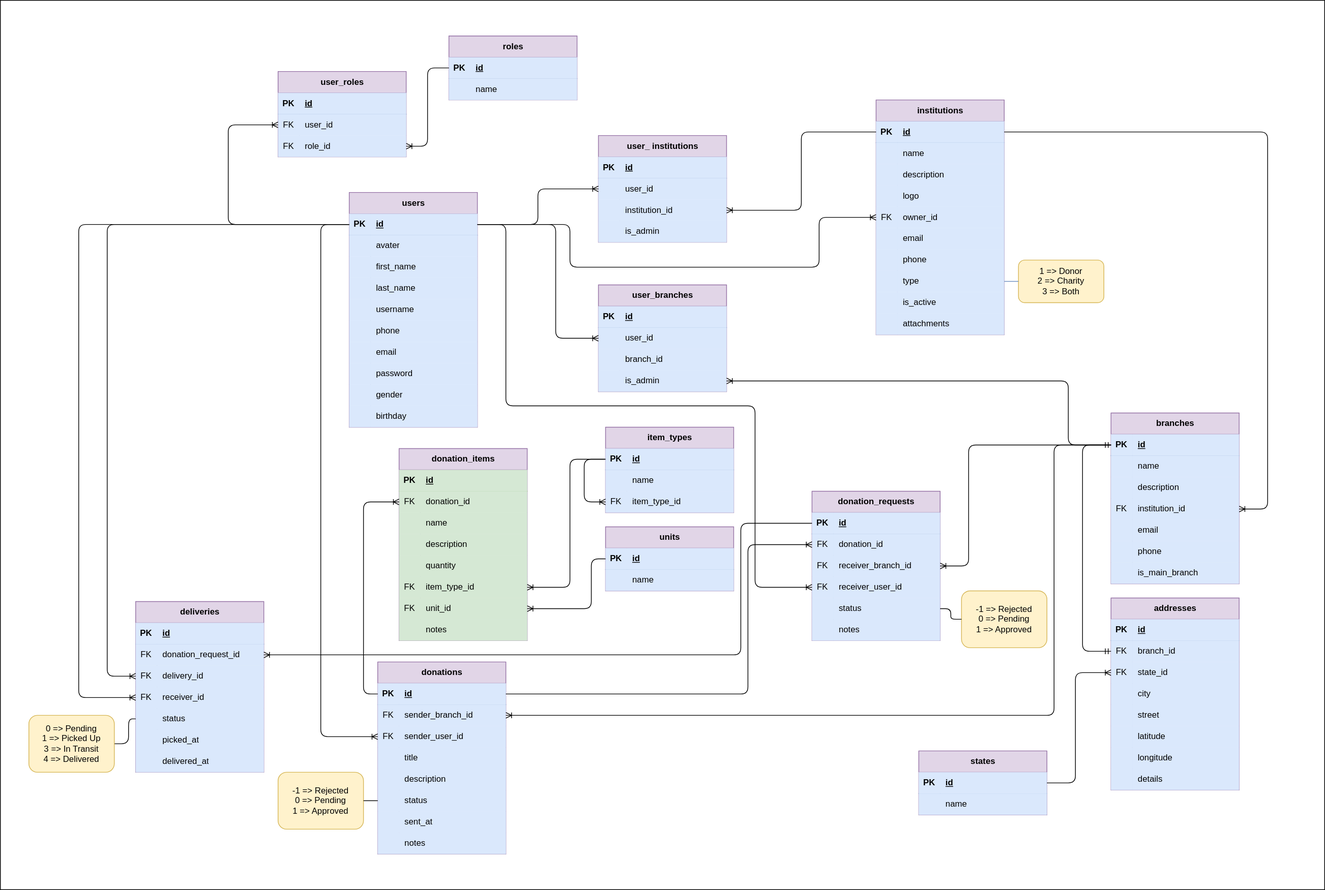
Earlier version of the draw.io export erd.drawio.svg (eng-mhd-ammar/Koun-Back-End). Source tidied: cells renumbered, new cells last; positions are measured from the earlier drawing's top-left corner, leaving out a move shared by most shapes.
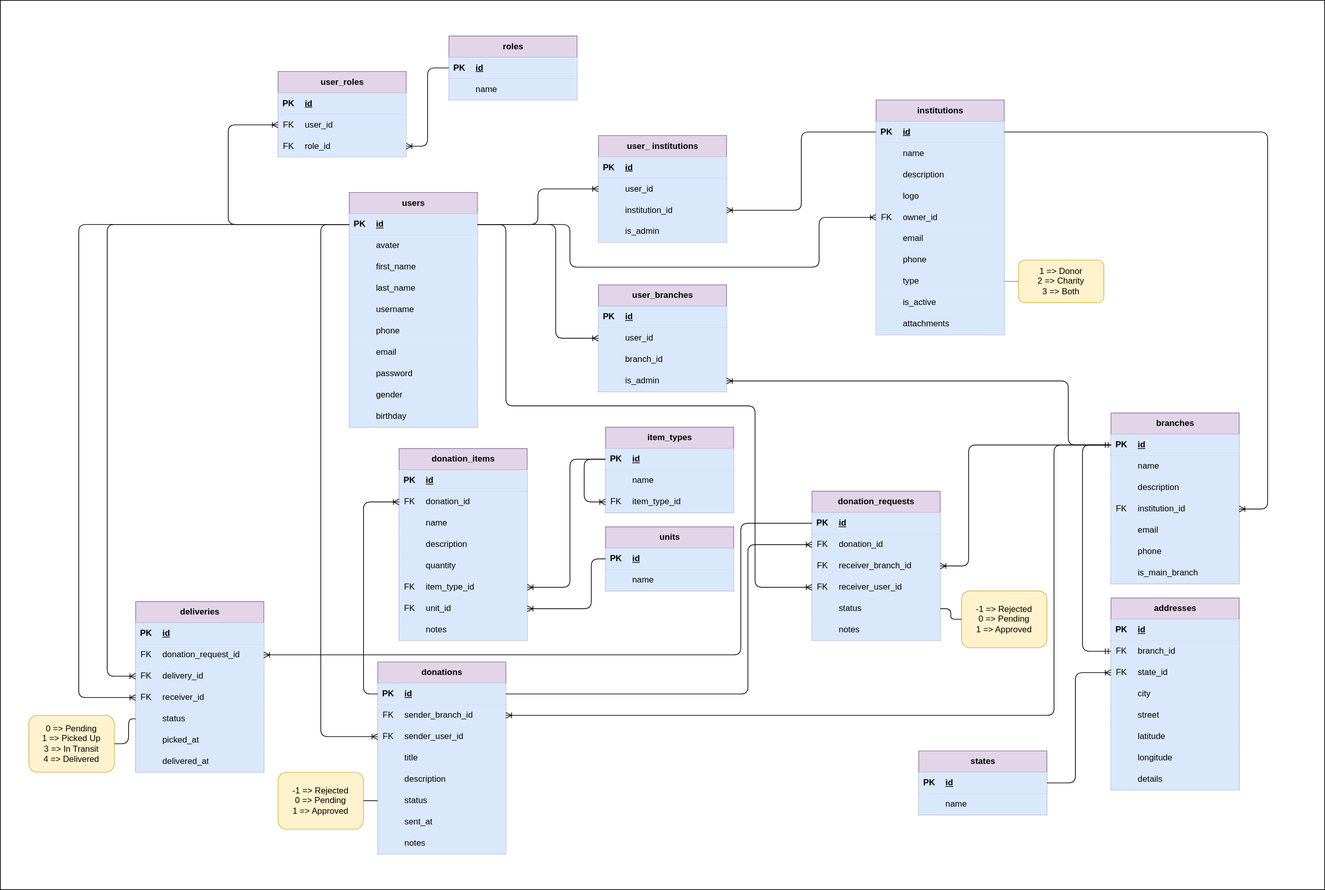
Later version of the same file.

Commit message:
manual test donation item CRUD

Change to the diagram source:
```diff
@@ -473,76 +473,76 @@
     <mxCell id="154" value="&lt;span style=&quot;color: rgb(0, 0, 0);&quot;&gt;donation_items&lt;/span&gt;" style="shape=table;startSize=30;rowLines=0;fontStyle=1;align=center;html=1;fillColor=#e1d5e7;strokeColor=#9673a6;" parent="1" vertex="1">
       <mxGeometry x="560" y="630" width="180" height="270" as="geometry" />
     </mxCell>
-    <mxCell id="155" style="shape=tableRow;horizontal=0;startSize=0;swimlaneHead=0;swimlaneBody=0;fillColor=#d5e8d4;top=0;left=0;right=0;bottom=1;strokeColor=#82b366;" parent="154" vertex="1">
+    <mxCell id="155" style="shape=tableRow;horizontal=0;startSize=0;swimlaneHead=0;swimlaneBody=0;fillColor=#dae8fc;top=0;left=0;right=0;bottom=1;strokeColor=#6c8ebf;" parent="154" vertex="1">
       <mxGeometry y="30" width="180" height="30" as="geometry" />
     </mxCell>
-    <mxCell id="156" value="PK" style="shape=partialRectangle;fillColor=#d5e8d4;top=0;left=0;bottom=0;right=0;fontStyle=1;overflow=hidden;whiteSpace=wrap;html=1;strokeColor=#82b366;" parent="155" vertex="1">
+    <mxCell id="156" value="PK" style="shape=partialRectangle;fillColor=#dae8fc;top=0;left=0;bottom=0;right=0;fontStyle=1;overflow=hidden;whiteSpace=wrap;html=1;strokeColor=#6c8ebf;" parent="155" vertex="1">
       <mxGeometry width="30" height="30" as="geometry" />
     </mxCell>
-    <mxCell id="157" value="id" style="shape=partialRectangle;fillColor=#d5e8d4;top=0;left=0;bottom=0;right=0;align=left;spacingLeft=6;fontStyle=5;overflow=hidden;whiteSpace=wrap;html=1;strokeColor=#82b366;" parent="155" vertex="1">
+    <mxCell id="157" value="id" style="shape=partialRectangle;fillColor=#dae8fc;top=0;left=0;bottom=0;right=0;align=left;spacingLeft=6;fontStyle=5;overflow=hidden;whiteSpace=wrap;html=1;strokeColor=#6c8ebf;" parent="155" vertex="1">
       <mxGeometry x="30" width="150" height="30" as="geometry" />
     </mxCell>
     <mxCell id="158" style="shape=tableRow;horizontal=0;startSize=0;swimlaneHead=0;swimlaneBody=0;fillColor=#d5e8d4;points=[[0,0.5],[1,0.5]];portConstraint=eastwest;top=0;left=0;right=0;bottom=0;strokeColor=#82b366;" parent="154" vertex="1">
       <mxGeometry y="60" width="180" height="30" as="geometry" />
     </mxCell>
-    <mxCell id="159" value="FK" style="shape=partialRectangle;fillColor=#d5e8d4;top=0;left=0;bottom=0;right=0;overflow=hidden;whiteSpace=wrap;html=1;strokeColor=#82b366;" parent="158" vertex="1">
+    <mxCell id="159" value="FK" style="shape=partialRectangle;fillColor=#dae8fc;top=0;left=0;bottom=0;right=0;overflow=hidden;whiteSpace=wrap;html=1;strokeColor=#6c8ebf;" parent="158" vertex="1">
       <mxGeometry width="30" height="30" as="geometry" />
     </mxCell>
-    <mxCell id="160" value="&lt;span style=&quot;color: rgb(0, 0, 0);&quot;&gt;donation_id&lt;/span&gt;" style="shape=partialRectangle;fillColor=#d5e8d4;top=0;left=0;bottom=0;right=0;align=left;spacingLeft=6;overflow=hidden;whiteSpace=wrap;html=1;strokeColor=#82b366;" parent="158" vertex="1">
+    <mxCell id="160" value="&lt;span style=&quot;color: rgb(0, 0, 0);&quot;&gt;donation_id&lt;/span&gt;" style="shape=partialRectangle;fillColor=#dae8fc;top=0;left=0;bottom=0;right=0;align=left;spacingLeft=6;overflow=hidden;whiteSpace=wrap;html=1;strokeColor=#6c8ebf;" parent="158" vertex="1">
       <mxGeometry x="30" width="150" height="30" as="geometry" />
     </mxCell>
     <mxCell id="161" style="shape=tableRow;horizontal=0;startSize=0;swimlaneHead=0;swimlaneBody=0;fillColor=#d5e8d4;top=0;left=0;right=0;bottom=0;strokeColor=#82b366;" parent="154" vertex="1">
       <mxGeometry y="90" width="180" height="30" as="geometry" />
     </mxCell>
-    <mxCell id="162" style="shape=partialRectangle;fillColor=#d5e8d4;top=0;left=0;bottom=0;right=0;overflow=hidden;whiteSpace=wrap;html=1;strokeColor=#82b366;" parent="161" vertex="1">
+    <mxCell id="162" style="shape=partialRectangle;fillColor=#dae8fc;top=0;left=0;bottom=0;right=0;overflow=hidden;whiteSpace=wrap;html=1;strokeColor=#6c8ebf;" parent="161" vertex="1">
       <mxGeometry width="30" height="30" as="geometry" />
     </mxCell>
-    <mxCell id="163" value="name" style="shape=partialRectangle;fillColor=#d5e8d4;top=0;left=0;bottom=0;right=0;align=left;spacingLeft=6;overflow=hidden;whiteSpace=wrap;html=1;strokeColor=#82b366;" parent="161" vertex="1">
+    <mxCell id="163" value="name" style="shape=partialRectangle;fillColor=#dae8fc;top=0;left=0;bottom=0;right=0;align=left;spacingLeft=6;overflow=hidden;whiteSpace=wrap;html=1;strokeColor=#6c8ebf;" parent="161" vertex="1">
       <mxGeometry x="30" width="150" height="30" as="geometry" />
     </mxCell>
     <mxCell id="164" style="shape=tableRow;horizontal=0;startSize=0;swimlaneHead=0;swimlaneBody=0;fillColor=#d5e8d4;top=0;left=0;right=0;bottom=0;strokeColor=#82b366;" parent="154" vertex="1">
       <mxGeometry y="120" width="180" height="30" as="geometry" />
     </mxCell>
-    <mxCell id="165" style="shape=partialRectangle;fillColor=#d5e8d4;top=0;left=0;bottom=0;right=0;overflow=hidden;whiteSpace=wrap;html=1;strokeColor=#82b366;" parent="164" vertex="1">
+    <mxCell id="165" style="shape=partialRectangle;fillColor=#dae8fc;top=0;left=0;bottom=0;right=0;overflow=hidden;whiteSpace=wrap;html=1;strokeColor=#6c8ebf;" parent="164" vertex="1">
       <mxGeometry width="30" height="30" as="geometry" />
     </mxCell>
-    <mxCell id="166" value="&lt;span style=&quot;color: rgb(0, 0, 0);&quot;&gt;description&lt;/span&gt;" style="shape=partialRectangle;fillColor=#d5e8d4;top=0;left=0;bottom=0;right=0;align=left;spacingLeft=6;overflow=hidden;whiteSpace=wrap;html=1;strokeColor=#82b366;" parent="164" vertex="1">
+    <mxCell id="166" value="&lt;span style=&quot;color: rgb(0, 0, 0);&quot;&gt;description&lt;/span&gt;" style="shape=partialRectangle;fillColor=#dae8fc;top=0;left=0;bottom=0;right=0;align=left;spacingLeft=6;overflow=hidden;whiteSpace=wrap;html=1;strokeColor=#6c8ebf;" parent="164" vertex="1">
       <mxGeometry x="30" width="150" height="30" as="geometry" />
     </mxCell>
     <mxCell id="167" style="shape=tableRow;horizontal=0;startSize=0;swimlaneHead=0;swimlaneBody=0;fillColor=#d5e8d4;top=0;left=0;right=0;bottom=0;strokeColor=#82b366;" parent="154" vertex="1">
       <mxGeometry y="150" width="180" height="30" as="geometry" />
     </mxCell>
-    <mxCell id="168" style="shape=partialRectangle;fillColor=#d5e8d4;top=0;left=0;bottom=0;right=0;overflow=hidden;whiteSpace=wrap;html=1;strokeColor=#82b366;" parent="167" vertex="1">
+    <mxCell id="168" style="shape=partialRectangle;fillColor=#dae8fc;top=0;left=0;bottom=0;right=0;overflow=hidden;whiteSpace=wrap;html=1;strokeColor=#6c8ebf;" parent="167" vertex="1">
       <mxGeometry width="30" height="30" as="geometry" />
     </mxCell>
-    <mxCell id="169" value="quantity" style="shape=partialRectangle;fillColor=#d5e8d4;top=0;left=0;bottom=0;right=0;align=left;spacingLeft=6;overflow=hidden;whiteSpace=wrap;html=1;strokeColor=#82b366;" parent="167" vertex="1">
+    <mxCell id="169" value="quantity" style="shape=partialRectangle;fillColor=#dae8fc;top=0;left=0;bottom=0;right=0;align=left;spacingLeft=6;overflow=hidden;whiteSpace=wrap;html=1;strokeColor=#6c8ebf;" parent="167" vertex="1">
       <mxGeometry x="30" width="150" height="30" as="geometry" />
     </mxCell>
     <mxCell id="170" style="shape=tableRow;horizontal=0;startSize=0;swimlaneHead=0;swimlaneBody=0;fillColor=#d5e8d4;points=[[0,0.5],[1,0.5]];portConstraint=eastwest;top=0;left=0;right=0;bottom=0;strokeColor=#82b366;" parent="154" vertex="1">
       <mxGeometry y="180" width="180" height="30" as="geometry" />
     </mxCell>
-    <mxCell id="171" value="FK" style="shape=partialRectangle;fillColor=#d5e8d4;top=0;left=0;bottom=0;right=0;overflow=hidden;whiteSpace=wrap;html=1;strokeColor=#82b366;" parent="170" vertex="1">
+    <mxCell id="171" value="FK" style="shape=partialRectangle;fillColor=#dae8fc;top=0;left=0;bottom=0;right=0;overflow=hidden;whiteSpace=wrap;html=1;strokeColor=#6c8ebf;" parent="170" vertex="1">
       <mxGeometry width="30" height="30" as="geometry" />
     </mxCell>
-    <mxCell id="172" value="&lt;span style=&quot;color: rgb(0, 0, 0);&quot;&gt;item_type_id&lt;/span&gt;" style="shape=partialRectangle;fillColor=#d5e8d4;top=0;left=0;bottom=0;right=0;align=left;spacingLeft=6;overflow=hidden;whiteSpace=wrap;html=1;strokeColor=#82b366;" parent="170" vertex="1">
+    <mxCell id="172" value="&lt;span style=&quot;color: rgb(0, 0, 0);&quot;&gt;item_type_id&lt;/span&gt;" style="shape=partialRectangle;fillColor=#dae8fc;top=0;left=0;bottom=0;right=0;align=left;spacingLeft=6;overflow=hidden;whiteSpace=wrap;html=1;strokeColor=#6c8ebf;" parent="170" vertex="1">
       <mxGeometry x="30" width="150" height="30" as="geometry" />
     </mxCell>
     <mxCell id="173" style="shape=tableRow;horizontal=0;startSize=0;swimlaneHead=0;swimlaneBody=0;fillColor=#d5e8d4;points=[[0,0.5],[1,0.5]];portConstraint=eastwest;top=0;left=0;right=0;bottom=0;strokeColor=#82b366;" parent="154" vertex="1">
       <mxGeometry y="210" width="180" height="30" as="geometry" />
     </mxCell>
-    <mxCell id="174" value="FK" style="shape=partialRectangle;fillColor=#d5e8d4;top=0;left=0;bottom=0;right=0;overflow=hidden;whiteSpace=wrap;html=1;strokeColor=#82b366;" parent="173" vertex="1">
+    <mxCell id="174" value="FK" style="shape=partialRectangle;fillColor=#dae8fc;top=0;left=0;bottom=0;right=0;overflow=hidden;whiteSpace=wrap;html=1;strokeColor=#6c8ebf;" parent="173" vertex="1">
       <mxGeometry width="30" height="30" as="geometry" />
     </mxCell>
-    <mxCell id="175" value="&lt;span style=&quot;color: rgb(0, 0, 0);&quot;&gt;unit_id&lt;/span&gt;" style="shape=partialRectangle;fillColor=#d5e8d4;top=0;left=0;bottom=0;right=0;align=left;spacingLeft=6;overflow=hidden;whiteSpace=wrap;html=1;strokeColor=#82b366;" parent="173" vertex="1">
+    <mxCell id="175" value="&lt;span style=&quot;color: rgb(0, 0, 0);&quot;&gt;unit_id&lt;/span&gt;" style="shape=partialRectangle;fillColor=#dae8fc;top=0;left=0;bottom=0;right=0;align=left;spacingLeft=6;overflow=hidden;whiteSpace=wrap;html=1;strokeColor=#6c8ebf;" parent="173" vertex="1">
       <mxGeometry x="30" width="150" height="30" as="geometry" />
     </mxCell>
     <mxCell id="176" style="shape=tableRow;horizontal=0;startSize=0;swimlaneHead=0;swimlaneBody=0;fillColor=#d5e8d4;top=0;left=0;right=0;bottom=0;strokeColor=#82b366;" parent="154" vertex="1">
       <mxGeometry y="240" width="180" height="30" as="geometry" />
     </mxCell>
-    <mxCell id="177" style="shape=partialRectangle;fillColor=#d5e8d4;top=0;left=0;bottom=0;right=0;overflow=hidden;whiteSpace=wrap;html=1;strokeColor=#82b366;" parent="176" vertex="1">
+    <mxCell id="177" style="shape=partialRectangle;fillColor=#dae8fc;top=0;left=0;bottom=0;right=0;overflow=hidden;whiteSpace=wrap;html=1;strokeColor=#6c8ebf;" parent="176" vertex="1">
       <mxGeometry width="30" height="30" as="geometry" />
     </mxCell>
-    <mxCell id="178" value="notes" style="shape=partialRectangle;fillColor=#d5e8d4;top=0;left=0;bottom=0;right=0;align=left;spacingLeft=6;overflow=hidden;whiteSpace=wrap;html=1;strokeColor=#82b366;" parent="176" vertex="1">
+    <mxCell id="178" value="notes" style="shape=partialRectangle;fillColor=#dae8fc;top=0;left=0;bottom=0;right=0;align=left;spacingLeft=6;overflow=hidden;whiteSpace=wrap;html=1;strokeColor=#6c8ebf;" parent="176" vertex="1">
       <mxGeometry x="30" width="150" height="30" as="geometry" />
     </mxCell>
     <mxCell id="179" style="edgeStyle=elbowEdgeStyle;fontSize=12;html=1;endArrow=ERoneToMany;exitX=0;exitY=0.5;exitDx=0;exitDy=0;entryX=0;entryY=0.5;entryDx=0;entryDy=0;" parent="1" edge="1" source="128" target="158">
```
